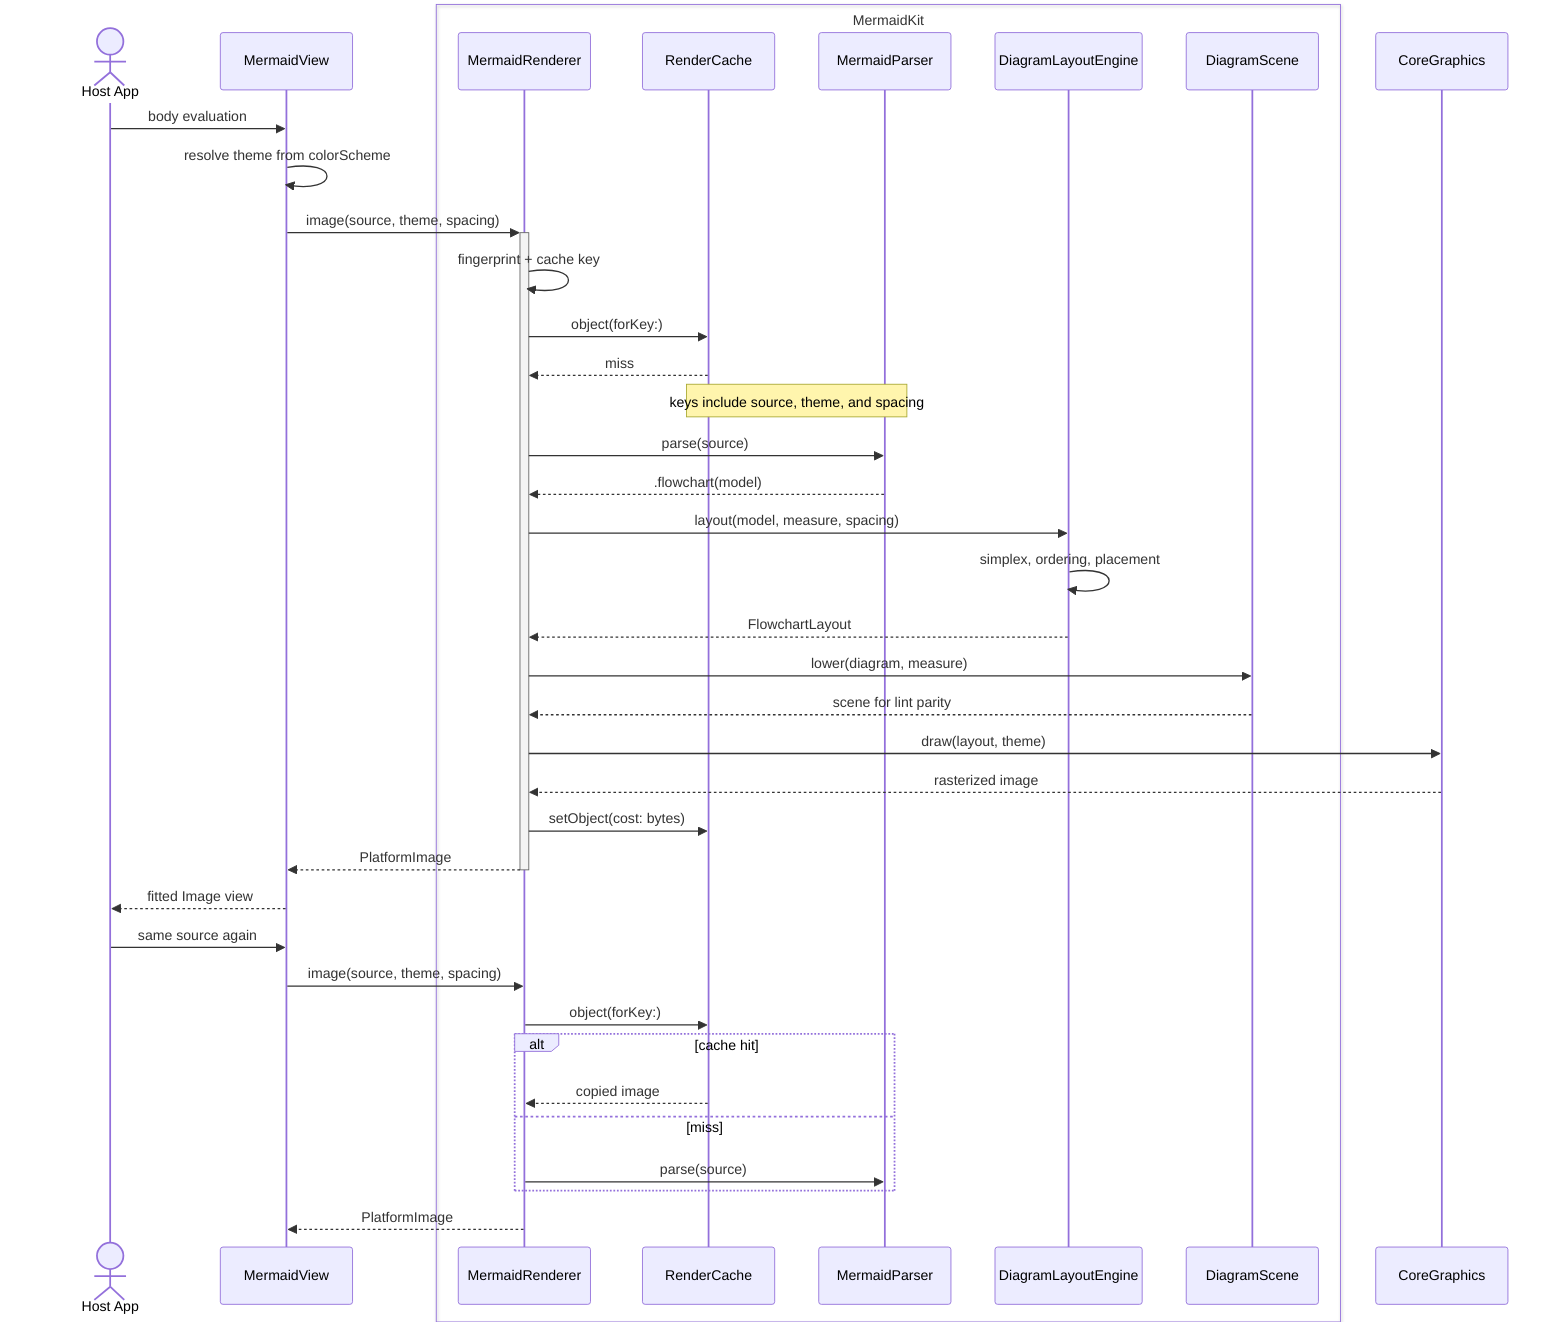
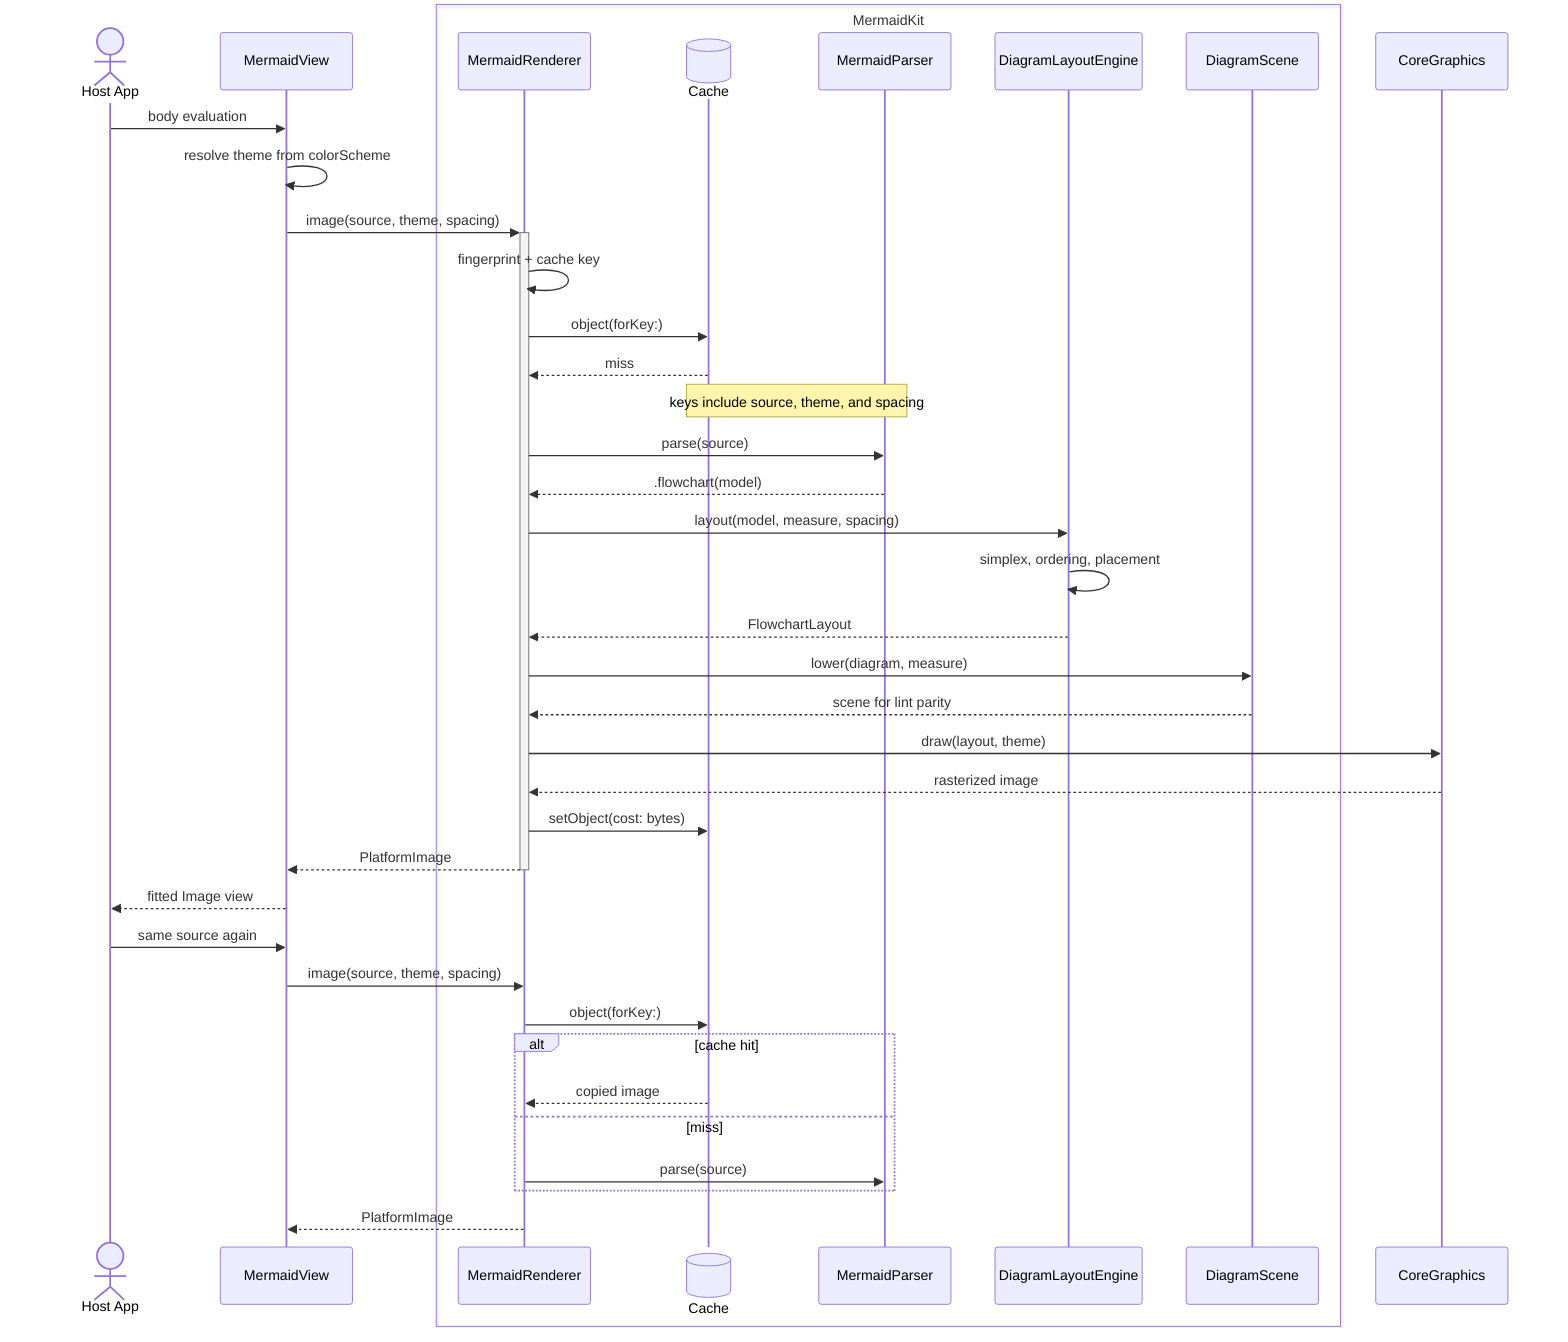
sequenceDiagram
    actor Host as Host App
    participant View as MermaidView
    box MermaidKit
        participant Rend as MermaidRenderer
-         participant Cache as RenderCache
+         participant Cache@{ "type": "database" }
        participant Parse as MermaidParser
        participant Lay as DiagramLayoutEngine
        participant Scene as DiagramScene
    end
    participant CG as CoreGraphics
    Host->>View: body evaluation
    View->>View: resolve theme from colorScheme
    View->>+Rend: image(source, theme, spacing)
    Rend->>Rend: fingerprint + cache key
    Rend->>Cache: object(forKey:)
    Cache-->>Rend: miss
    Note over Cache,Parse: keys include source, theme, and spacing
    Rend->>Parse: parse(source)
    Parse-->>Rend: .flowchart(model)
    Rend->>Lay: layout(model, measure, spacing)
    Lay->>Lay: simplex, ordering, placement
    Lay-->>Rend: FlowchartLayout
    Rend->>Scene: lower(diagram, measure)
    Scene-->>Rend: scene for lint parity
    Rend->>CG: draw(layout, theme)
    CG-->>Rend: rasterized image
    Rend->>Cache: setObject(cost: bytes)
    Rend-->>-View: PlatformImage
    View-->>Host: fitted Image view
    Host->>View: same source again
    View->>Rend: image(source, theme, spacing)
    Rend->>Cache: object(forKey:)
    alt cache hit
        Cache-->>Rend: copied image
    else miss
        Rend->>Parse: parse(source)
    end
    Rend-->>View: PlatformImage
